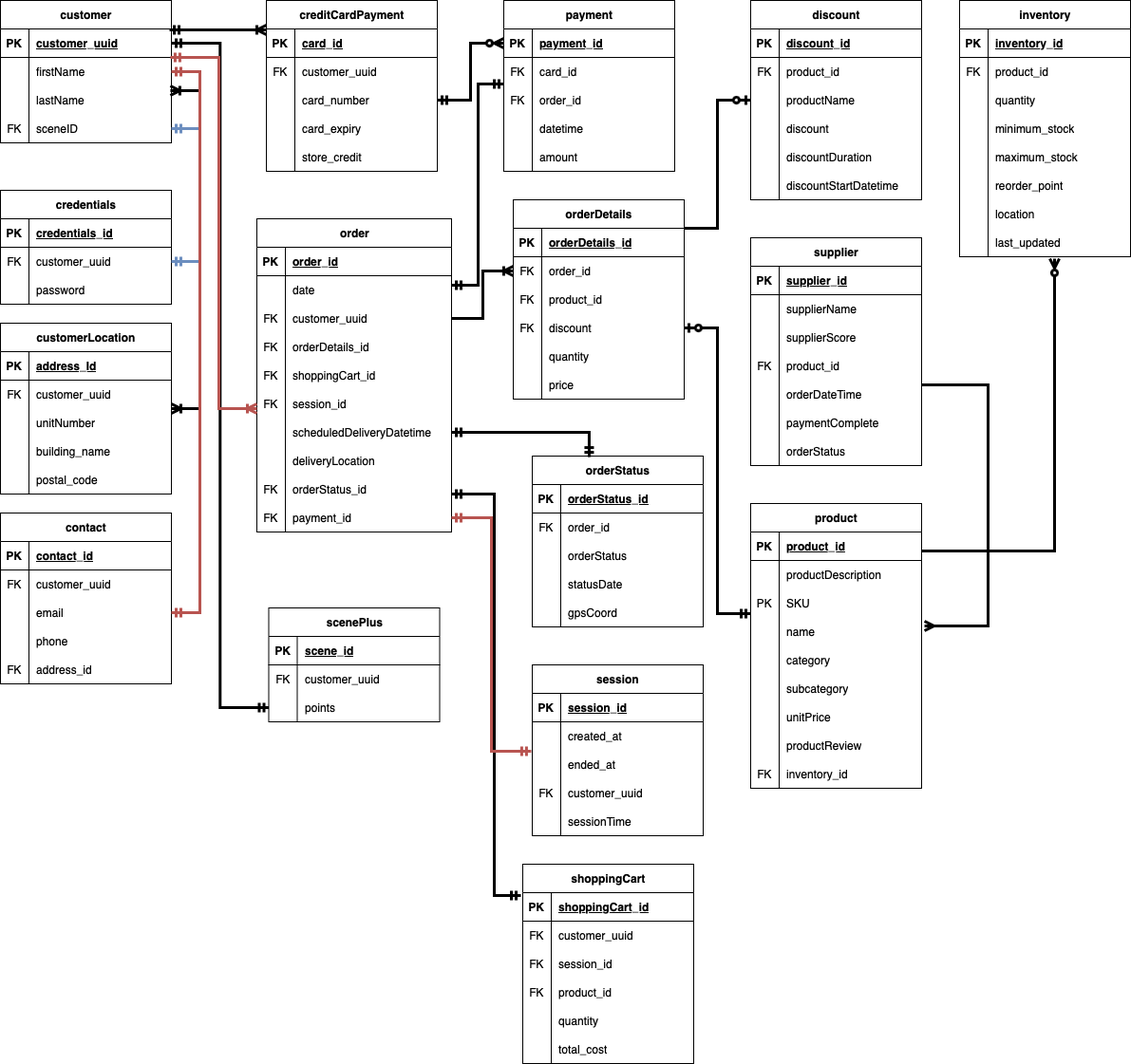
TimPerera/dewine keeps this draw.io diagram as DeWineDatabase.png. Above is the earlier version. Source tidied: cells renumbered, new cells last; positions are measured from the earlier drawing's top-left corner, leaving out a move shared by most shapes.
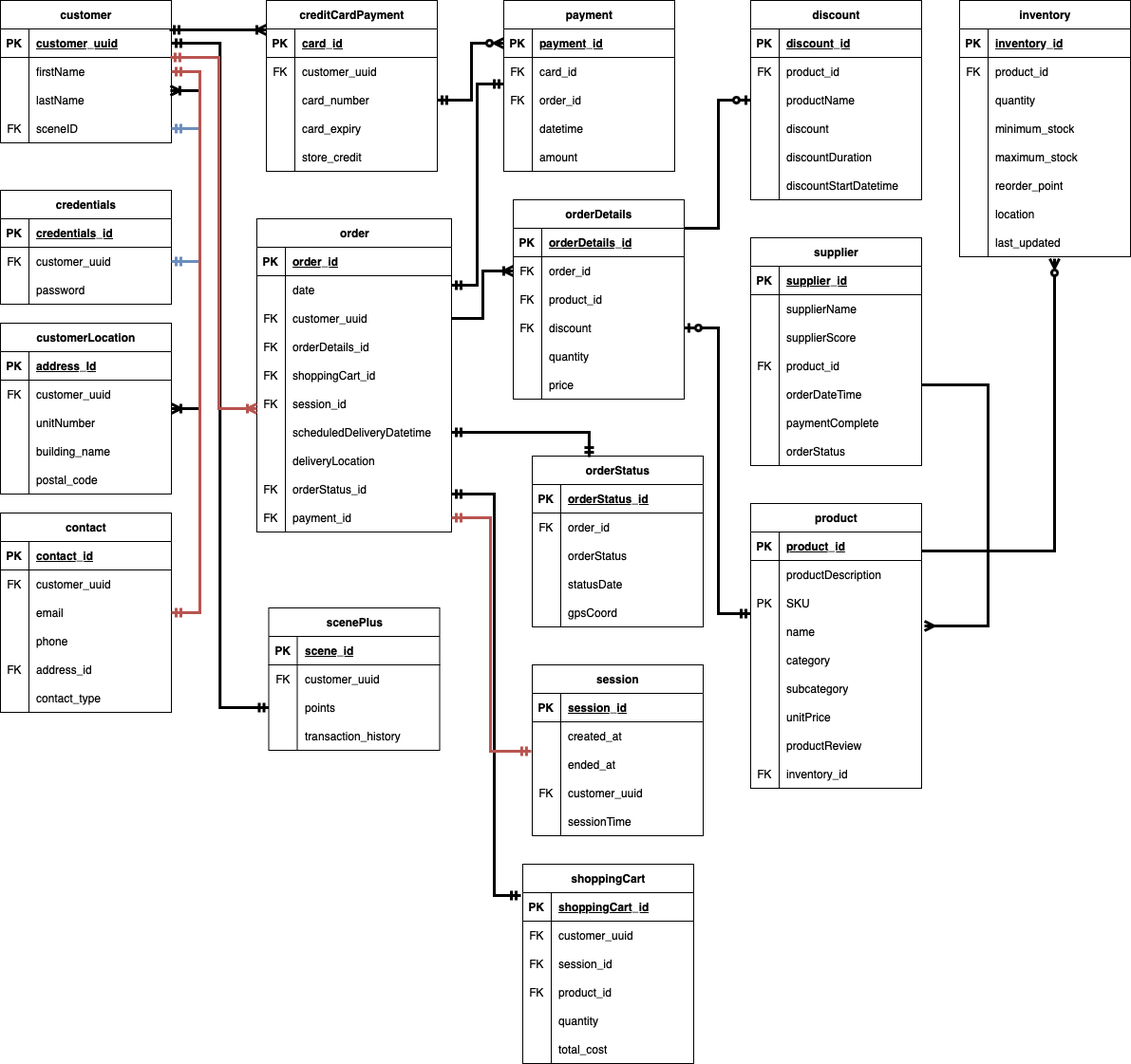
The same diagram one commit later.

The edit, as a diff of the source:
```diff
@@ -183,7 +183,7 @@
       <mxGeometry x="30" width="175" height="30" as="geometry" />
     </mxCell>
     <mxCell id="62" value="scenePlus" style="shape=table;startSize=30;rowLines=0;fontStyle=1;align=center;html=1;" parent="1" vertex="1">
-      <mxGeometry x="282.5" y="640" width="180" height="120" as="geometry" />
+      <mxGeometry x="282.5" y="640" width="180" height="150" as="geometry" />
     </mxCell>
     <mxCell id="63" style="shape=tableRow;horizontal=0;startSize=0;swimlaneHead=0;swimlaneBody=0;fillColor=none;top=0;left=0;right=0;bottom=1;" parent="62" vertex="1">
       <mxGeometry y="30" width="180" height="30" as="geometry" />
@@ -212,6 +212,15 @@
     <mxCell id="71" value="points&lt;span style=&quot;white-space: pre;&quot;&gt;&lt;br&gt;&lt;/span&gt;" style="shape=partialRectangle;fillColor=none;top=0;left=0;bottom=0;right=0;align=left;spacingLeft=6;overflow=hidden;whiteSpace=wrap;html=1;" parent="69" vertex="1">
       <mxGeometry x="30" width="150" height="30" as="geometry" />
     </mxCell>
+    <mxCell id="310" style="shape=tableRow;horizontal=0;startSize=0;swimlaneHead=0;swimlaneBody=0;fillColor=none;top=0;left=0;right=0;bottom=0;" parent="62" vertex="1">
+      <mxGeometry y="120" width="180" height="30" as="geometry" />
+    </mxCell>
+    <mxCell id="311" style="shape=partialRectangle;fillColor=none;top=0;left=0;bottom=0;right=0;overflow=hidden;whiteSpace=wrap;html=1;" parent="310" vertex="1">
+      <mxGeometry width="30" height="30" as="geometry" />
+    </mxCell>
+    <mxCell id="312" value="transaction_history" style="shape=partialRectangle;fillColor=none;top=0;left=0;bottom=0;right=0;align=left;spacingLeft=6;overflow=hidden;whiteSpace=wrap;html=1;" parent="310" vertex="1">
+      <mxGeometry x="30" width="150" height="30" as="geometry" />
+    </mxCell>
     <mxCell id="72" value="product" style="shape=table;startSize=30;rowLines=0;fontStyle=1;align=center;html=1;" parent="1" vertex="1">
       <mxGeometry x="790" y="530" width="180" height="300" as="geometry" />
     </mxCell>
@@ -413,7 +422,7 @@
     <mxCell id="138" style="shape=tableRow;horizontal=0;startSize=0;swimlaneHead=0;swimlaneBody=0;fillColor=none;top=0;left=0;right=0;bottom=0;" parent="119" vertex="1">
       <mxGeometry y="210" width="180" height="30" as="geometry" />
     </mxCell>
-    <mxCell id="139" style="shape=partialRectangle;fillColor=none;top=0;left=0;bottom=0;right=0;overflow=hidden;whiteSpace=wrap;html=1;" parent="138" vertex="1">
+    <mxCell id="139" value="&lt;span style=&quot;white-space: pre;&quot;&gt;&lt;br&gt;&lt;/span&gt;" style="shape=partialRectangle;fillColor=none;top=0;left=0;bottom=0;right=0;overflow=hidden;whiteSpace=wrap;html=1;" parent="138" vertex="1">
       <mxGeometry width="30" height="30" as="geometry" />
     </mxCell>
     <mxCell id="140" value="orderStatus" style="shape=partialRectangle;fillColor=none;top=0;left=0;bottom=0;right=0;align=left;spacingLeft=6;overflow=hidden;whiteSpace=wrap;html=1;" parent="138" vertex="1">
@@ -603,7 +612,7 @@
       <mxGeometry x="30" width="150" height="30" as="geometry" />
     </mxCell>
     <mxCell id="202" value="contact" style="shape=table;startSize=30;rowLines=0;fontStyle=1;align=center;html=1;" parent="1" vertex="1">
-      <mxGeometry y="540" width="180" height="180" as="geometry" />
+      <mxGeometry y="540" width="180" height="210" as="geometry" />
     </mxCell>
     <mxCell id="203" style="shape=tableRow;horizontal=0;startSize=0;swimlaneHead=0;swimlaneBody=0;fillColor=none;top=0;left=0;right=0;bottom=1;" parent="202" vertex="1">
       <mxGeometry y="30" width="180" height="30" as="geometry" />
@@ -650,6 +659,15 @@
     <mxCell id="217" value="address_id" style="shape=partialRectangle;fillColor=none;top=0;left=0;bottom=0;right=0;align=left;spacingLeft=6;overflow=hidden;whiteSpace=wrap;html=1;" parent="215" vertex="1">
       <mxGeometry x="30" width="150" height="30" as="geometry" />
     </mxCell>
+    <mxCell id="313" style="shape=tableRow;horizontal=0;startSize=0;swimlaneHead=0;swimlaneBody=0;fillColor=none;top=0;left=0;right=0;bottom=0;" parent="202" vertex="1">
+      <mxGeometry y="180" width="180" height="30" as="geometry" />
+    </mxCell>
+    <mxCell id="314" style="shape=partialRectangle;fillColor=none;top=0;left=0;bottom=0;right=0;overflow=hidden;whiteSpace=wrap;html=1;" parent="313" vertex="1">
+      <mxGeometry width="30" height="30" as="geometry" />
+    </mxCell>
+    <mxCell id="315" value="contact_type" style="shape=partialRectangle;fillColor=none;top=0;left=0;bottom=0;right=0;align=left;spacingLeft=6;overflow=hidden;whiteSpace=wrap;html=1;" parent="313" vertex="1">
+      <mxGeometry x="30" width="150" height="30" as="geometry" />
+    </mxCell>
     <mxCell id="218" value="orderDetails" style="shape=table;startSize=30;rowLines=0;fontStyle=1;align=center;html=1;" parent="1" vertex="1">
       <mxGeometry x="540" y="210" width="180" height="210" as="geometry" />
     </mxCell>
```
